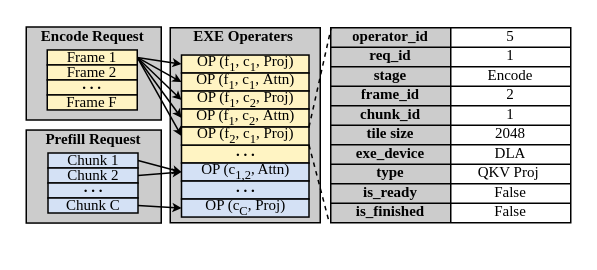
Earlier version of the draw.io diagram figures/design_tile.drawio (icszhr/hermes). Source tidied: cells renumbered, new cells numbered last; positions are measured from the earlier drawing's top-left corner, leaving out a move shared by most shapes. Both pictures are drawn from the tidied source at 150%, with x=0, y=0 at pixel (24, 27).
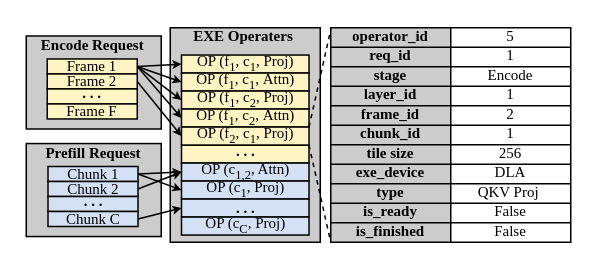
Above is the later version.

Unchanged cells that the change refers to:
```xml
<mxCell id="74" value="&lt;b&gt;. . .&lt;/b&gt;" style="rounded=0;whiteSpace=wrap;html=1;fillColor=#FFF4C3;fontFamily=Times New Roman;spacing=2;spacingTop=-5;fontSize=10;" parent="1" vertex="1">
  <mxGeometry x="104.5" y="78.2" width="85" height="12" as="geometry" />
</mxCell>
<mxCell id="81" value="OP (f&lt;sub&gt;2&lt;/sub&gt;, c&lt;sub&gt;1&lt;/sub&gt;,&amp;nbsp;Proj)" style="rounded=0;whiteSpace=wrap;html=1;fillColor=#FFF4C3;fontFamily=Times New Roman;fontSize=10;" parent="1" vertex="1">
  <mxGeometry x="104.5" y="66.2" width="85" height="12" as="geometry" />
</mxCell>
```

The edit, as a diff of the source:
```diff
@@
     <mxCell id="2" style="shape=table;startSize=0;childLayout=tableLayout;fontFamily=Times New Roman;spacingBottom=0;spacingTop=-3;fontSize=10;fillColor=#CCCCCC;strokeColor=none;" parent="1" vertex="1">
-      <mxGeometry x="204" width="80" height="130" as="geometry" />
+      <mxGeometry x="204" width="80" height="143" as="geometry" />
     </mxCell>
     <mxCell id="3" style="shape=tableRow;horizontal=0;startSize=0;swimlaneHead=0;swimlaneBody=0;strokeColor=inherit;top=0;left=0;bottom=0;right=0;fillColor=none;fontFamily=Times New Roman;spacingBottom=0;spacingTop=-3;fontSize=10;" parent="2" vertex="1">
-      <mxGeometry width="80" height="14" as="geometry" />
+      <mxGeometry width="80" height="13" as="geometry" />
     </mxCell>
     <mxCell id="4" style="shape=partialRectangle;html=1;whiteSpace=wrap;strokeColor=inherit;overflow=hidden;fillColor=none;top=0;left=0;bottom=0;right=0;fontFamily=Times New Roman;spacingBottom=0;spacingTop=-3;fontSize=10;fontStyle=1;" parent="3" vertex="1">
-      <mxGeometry width="80" height="14" as="geometry" />
+      <mxGeometry width="80" height="13" as="geometry" />
     </mxCell>
     <mxCell id="5" style="shape=tableRow;horizontal=0;startSize=0;swimlaneHead=0;swimlaneBody=0;strokeColor=inherit;top=0;left=0;bottom=0;right=0;fillColor=none;fontFamily=Times New Roman;spacingBottom=0;spacingTop=-3;fontSize=10;" parent="2" vertex="1">
-      <mxGeometry y="14" width="80" height="15" as="geometry" />
+      <mxGeometry y="13" width="80" height="14" as="geometry" />
     </mxCell>
     <mxCell id="6" style="shape=partialRectangle;html=1;whiteSpace=wrap;strokeColor=inherit;overflow=hidden;fillColor=none;top=0;left=0;bottom=0;right=0;fontFamily=Times New Roman;spacingBottom=0;spacingTop=-3;fontSize=10;fontStyle=1;" parent="5" vertex="1">
-      <mxGeometry width="80" height="15" as="geometry" />
+      <mxGeometry width="80" height="14" as="geometry" />
     </mxCell>
     <mxCell id="7" style="shape=tableRow;horizontal=0;startSize=0;swimlaneHead=0;swimlaneBody=0;strokeColor=inherit;top=0;left=0;bottom=0;right=0;fillColor=none;fontFamily=Times New Roman;spacingBottom=0;spacingTop=-3;fontSize=10;" parent="2" vertex="1">
-      <mxGeometry y="29" width="80" height="14" as="geometry" />
+      <mxGeometry y="27" width="80" height="13" as="geometry" />
     </mxCell>
     <mxCell id="8" style="shape=partialRectangle;html=1;whiteSpace=wrap;strokeColor=inherit;overflow=hidden;fillColor=none;top=0;left=0;bottom=0;right=0;fontFamily=Times New Roman;spacingBottom=0;spacingTop=-3;fontSize=10;fontStyle=1;" parent="7" vertex="1">
-      <mxGeometry width="80" height="14" as="geometry" />
+      <mxGeometry width="80" height="13" as="geometry" />
     </mxCell>
     <mxCell id="9" style="shape=tableRow;horizontal=0;startSize=0;swimlaneHead=0;swimlaneBody=0;strokeColor=inherit;top=0;left=0;bottom=0;right=0;fillColor=none;fontFamily=Times New Roman;spacingBottom=0;spacingTop=-3;fontSize=10;" parent="2" vertex="1">
-      <mxGeometry y="43" width="80" height="15" as="geometry" />
+      <mxGeometry y="40" width="80" height="18" as="geometry" />
     </mxCell>
     <mxCell id="10" style="shape=partialRectangle;html=1;whiteSpace=wrap;strokeColor=inherit;overflow=hidden;fillColor=none;top=0;left=0;bottom=0;right=0;fontFamily=Times New Roman;spacingBottom=0;spacingTop=-3;fontSize=10;fontStyle=1;" parent="9" vertex="1">
-      <mxGeometry width="80" height="15" as="geometry" />
+      <mxGeometry width="80" height="18" as="geometry" />
     </mxCell>
+    <mxCell id="85" style="shape=tableRow;horizontal=0;startSize=0;swimlaneHead=0;swimlaneBody=0;strokeColor=inherit;top=0;left=0;bottom=0;right=0;fillColor=none;fontFamily=Times New Roman;spacingBottom=0;spacingTop=-3;fontSize=10;" parent="2" vertex="1">
+      <mxGeometry y="58" width="80" height="19" as="geometry" />
+    </mxCell>
+    <mxCell id="86" style="shape=partialRectangle;html=1;whiteSpace=wrap;strokeColor=inherit;overflow=hidden;fillColor=none;top=0;left=0;bottom=0;right=0;fontFamily=Times New Roman;spacingBottom=0;spacingTop=-3;fontSize=10;fontStyle=1;" parent="85" vertex="1">
+      <mxGeometry width="80" height="19" as="geometry" />
+    </mxCell>
     <mxCell id="11" style="shape=tableRow;horizontal=0;startSize=0;swimlaneHead=0;swimlaneBody=0;strokeColor=inherit;top=0;left=0;bottom=0;right=0;fillColor=none;fontFamily=Times New Roman;spacingBottom=0;spacingTop=-3;fontSize=10;" parent="2" vertex="1">
-      <mxGeometry y="58" width="80" height="14" as="geometry" />
+      <mxGeometry y="77" width="80" height="13" as="geometry" />
     </mxCell>
     <mxCell id="12" style="shape=partialRectangle;html=1;whiteSpace=wrap;strokeColor=inherit;overflow=hidden;fillColor=none;top=0;left=0;bottom=0;right=0;fontFamily=Times New Roman;spacingBottom=0;spacingTop=-3;fontSize=10;fontStyle=1;" parent="11" vertex="1">
-      <mxGeometry width="80" height="14" as="geometry" />
+      <mxGeometry width="80" height="13" as="geometry" />
     </mxCell>
     <mxCell id="13" style="shape=tableRow;horizontal=0;startSize=0;swimlaneHead=0;swimlaneBody=0;strokeColor=inherit;top=0;left=0;bottom=0;right=0;fillColor=none;fontFamily=Times New Roman;spacingBottom=0;spacingTop=-3;fontSize=10;" parent="2" vertex="1">
-      <mxGeometry y="72" width="80" height="14" as="geometry" />
+      <mxGeometry y="90" width="80" height="12" as="geometry" />
     </mxCell>
     <mxCell id="14" style="shape=partialRectangle;html=1;whiteSpace=wrap;strokeColor=inherit;overflow=hidden;fillColor=none;top=0;left=0;bottom=0;right=0;fontFamily=Times New Roman;spacingBottom=0;spacingTop=-3;fontSize=10;fontStyle=1;" parent="13" vertex="1">
-      <mxGeometry width="80" height="14" as="geometry" />
+      <mxGeometry width="80" height="12" as="geometry" />
     </mxCell>
     <mxCell id="15" style="shape=tableRow;horizontal=0;startSize=0;swimlaneHead=0;swimlaneBody=0;strokeColor=inherit;top=0;left=0;bottom=0;right=0;fillColor=none;fontFamily=Times New Roman;spacingBottom=0;spacingTop=-3;fontSize=10;" parent="2" vertex="1">
-      <mxGeometry y="86" width="80" height="15" as="geometry" />
+      <mxGeometry y="102" width="80" height="14" as="geometry" />
     </mxCell>
     <mxCell id="16" style="shape=partialRectangle;html=1;whiteSpace=wrap;strokeColor=inherit;overflow=hidden;fillColor=none;top=0;left=0;bottom=0;right=0;fontFamily=Times New Roman;spacingBottom=0;spacingTop=-3;fontSize=10;fontStyle=1;" parent="15" vertex="1">
-      <mxGeometry width="80" height="15" as="geometry" />
+      <mxGeometry width="80" height="14" as="geometry" />
     </mxCell>
     <mxCell id="17" style="shape=tableRow;horizontal=0;startSize=0;swimlaneHead=0;swimlaneBody=0;strokeColor=inherit;top=0;left=0;bottom=0;right=0;fillColor=none;fontFamily=Times New Roman;spacingBottom=0;spacingTop=-3;fontSize=10;" parent="2" vertex="1">
-      <mxGeometry y="101" width="80" height="13" as="geometry" />
+      <mxGeometry y="116" width="80" height="12" as="geometry" />
     </mxCell>
     <mxCell id="18" style="shape=partialRectangle;html=1;whiteSpace=wrap;strokeColor=inherit;overflow=hidden;fillColor=none;top=0;left=0;bottom=0;right=0;fontFamily=Times New Roman;spacingBottom=0;spacingTop=-3;fontSize=10;fontStyle=1;" parent="17" vertex="1">
-      <mxGeometry width="80" height="13" as="geometry" />
+      <mxGeometry width="80" height="12" as="geometry" />
     </mxCell>
     <mxCell id="19" style="shape=tableRow;horizontal=0;startSize=0;swimlaneHead=0;swimlaneBody=0;strokeColor=inherit;top=0;left=0;bottom=0;right=0;fillColor=none;fontFamily=Times New Roman;spacingBottom=0;spacingTop=-3;fontSize=10;" parent="2" vertex="1">
-      <mxGeometry y="114" width="80" height="16" as="geometry" />
+      <mxGeometry y="128" width="80" height="15" as="geometry" />
     </mxCell>
     <mxCell id="20" style="shape=partialRectangle;html=1;whiteSpace=wrap;strokeColor=inherit;overflow=hidden;fillColor=none;top=0;left=0;bottom=0;right=0;fontFamily=Times New Roman;spacingBottom=0;spacingTop=-3;fontSize=10;fontStyle=1;" parent="19" vertex="1">
-      <mxGeometry width="80" height="16" as="geometry" />
+      <mxGeometry width="80" height="15" as="geometry" />
     </mxCell>
-    <mxCell id="21" style="rounded=0;whiteSpace=wrap;html=1;fillColor=#CCCCCC;fontFamily=Times New Roman;fontSize=10;" parent="1" vertex="1">
-      <mxGeometry x="1" y="-0.5" width="90" height="62" as="geometry" />
-    </mxCell>
-    <mxCell id="22" style="rounded=0;whiteSpace=wrap;html=1;fillColor=#CCCCCC;fontFamily=Times New Roman;fontSize=10;" parent="1" vertex="1">
-      <mxGeometry x="1" y="68.2" width="90" height="62" as="geometry" />
-    </mxCell>
-    <mxCell id="23" value="&lt;b&gt;Encode Request&lt;/b&gt;" style="text;html=1;whiteSpace=wrap;strokeColor=none;fillColor=none;align=center;verticalAlign=middle;rounded=0;fontFamily=Times New Roman;fontSize=10;" parent="1" vertex="1">
-      <mxGeometry x="4.5" y="-0.5" width="81" height="11.8" as="geometry" />
-    </mxCell>
-    <mxCell id="24" value="&lt;b&gt;Prefill Request&lt;/b&gt;" style="text;html=1;whiteSpace=wrap;strokeColor=none;fillColor=none;align=center;verticalAlign=middle;rounded=0;fontFamily=Times New Roman;fontSize=10;" parent="1" vertex="1">
-      <mxGeometry x="0.5" y="68.2" width="90" height="11.8" as="geometry" />
-    </mxCell>
-    <mxCell id="25" style="rounded=0;whiteSpace=wrap;html=1;fontSize=10;fillColor=#CCCCCC;" parent="1" vertex="1">
-      <mxGeometry x="97" width="100" height="130" as="geometry" />
-    </mxCell>
     <mxCell id="26" style="shape=table;startSize=0;childLayout=tableLayout;fontFamily=Times New Roman;spacingBottom=0;spacingTop=-3;fontSize=10;fillColor=none;" parent="1" vertex="1">
-      <mxGeometry x="204" width="160" height="130" as="geometry" />
+      <mxGeometry x="204" width="160" height="143" as="geometry" />
     </mxCell>
@@
+    <mxCell id="87" style="shape=tableRow;horizontal=0;startSize=0;swimlaneHead=0;swimlaneBody=0;strokeColor=inherit;top=0;left=0;bottom=0;right=0;fillColor=none;fontFamily=Times New Roman;spacingBottom=0;spacingTop=-3;fontSize=10;" parent="26" vertex="1">
+      <mxGeometry y="39" width="160" height="13" as="geometry" />
+    </mxCell>
+    <mxCell id="88" value="layer_id" style="shape=partialRectangle;html=1;whiteSpace=wrap;strokeColor=inherit;overflow=hidden;fillColor=none;top=0;left=0;bottom=0;right=0;fontFamily=Times New Roman;spacingBottom=0;spacingTop=-3;fontSize=10;fontStyle=1;" parent="87" vertex="1">
+      <mxGeometry width="80" height="13" as="geometry" />
+    </mxCell>
+    <mxCell id="89" value="1" style="shape=partialRectangle;html=1;whiteSpace=wrap;strokeColor=inherit;overflow=hidden;fillColor=none;top=0;left=0;bottom=0;right=0;fontFamily=Times New Roman;spacingBottom=0;spacingTop=-3;fontSize=10;" parent="87" vertex="1">
+      <mxGeometry x="80" width="80" height="13" as="geometry" />
+    </mxCell>
     <mxCell id="36" style="shape=tableRow;horizontal=0;startSize=0;swimlaneHead=0;swimlaneBody=0;strokeColor=inherit;top=0;left=0;bottom=0;right=0;fillColor=none;fontFamily=Times New Roman;spacingBottom=0;spacingTop=-3;fontSize=10;" parent="26" vertex="1">
-      <mxGeometry y="39" width="160" height="13" as="geometry" />
+      <mxGeometry y="52" width="160" height="13" as="geometry" />
     </mxCell>
@@
     <mxCell id="39" style="shape=tableRow;horizontal=0;startSize=0;swimlaneHead=0;swimlaneBody=0;strokeColor=inherit;top=0;left=0;bottom=0;right=0;fillColor=none;fontFamily=Times New Roman;spacingBottom=0;spacingTop=-3;fontSize=10;" parent="26" vertex="1">
-      <mxGeometry y="52" width="160" height="13" as="geometry" />
+      <mxGeometry y="65" width="160" height="13" as="geometry" />
     </mxCell>
@@
     <mxCell id="42" style="shape=tableRow;horizontal=0;startSize=0;swimlaneHead=0;swimlaneBody=0;strokeColor=inherit;top=0;left=0;bottom=0;right=0;fillColor=none;fontFamily=Times New Roman;spacingBottom=0;spacingTop=-3;fontSize=10;" parent="26" vertex="1">
-      <mxGeometry y="65" width="160" height="13" as="geometry" />
+      <mxGeometry y="78" width="160" height="13" as="geometry" />
     </mxCell>
@@
-    <mxCell id="44" value="2048" style="shape=partialRectangle;html=1;whiteSpace=wrap;strokeColor=inherit;overflow=hidden;fillColor=none;top=0;left=0;bottom=0;right=0;fontFamily=Times New Roman;spacingBottom=0;spacingTop=-3;fontSize=10;" parent="42" vertex="1">
+    <mxCell id="44" value="256" style="shape=partialRectangle;html=1;whiteSpace=wrap;strokeColor=inherit;overflow=hidden;fillColor=none;top=0;left=0;bottom=0;right=0;fontFamily=Times New Roman;spacingBottom=0;spacingTop=-3;fontSize=10;" parent="42" vertex="1">
       <mxGeometry x="80" width="80" height="13" as="geometry" />
     </mxCell>
     <mxCell id="45" style="shape=tableRow;horizontal=0;startSize=0;swimlaneHead=0;swimlaneBody=0;strokeColor=inherit;top=0;left=0;bottom=0;right=0;fillColor=none;fontFamily=Times New Roman;spacingBottom=0;spacingTop=-3;fontSize=10;" parent="26" vertex="1">
-      <mxGeometry y="78" width="160" height="13" as="geometry" />
+      <mxGeometry y="91" width="160" height="13" as="geometry" />
     </mxCell>
@@
     <mxCell id="48" style="shape=tableRow;horizontal=0;startSize=0;swimlaneHead=0;swimlaneBody=0;strokeColor=inherit;top=0;left=0;bottom=0;right=0;fillColor=none;fontFamily=Times New Roman;spacingBottom=0;spacingTop=-3;fontSize=10;" parent="26" vertex="1">
-      <mxGeometry y="91" width="160" height="13" as="geometry" />
+      <mxGeometry y="104" width="160" height="13" as="geometry" />
     </mxCell>
@@
     <mxCell id="51" style="shape=tableRow;horizontal=0;startSize=0;swimlaneHead=0;swimlaneBody=0;strokeColor=inherit;top=0;left=0;bottom=0;right=0;fillColor=none;fontFamily=Times New Roman;spacingBottom=0;spacingTop=-3;fontSize=10;" parent="26" vertex="1">
-      <mxGeometry y="104" width="160" height="13" as="geometry" />
+      <mxGeometry y="117" width="160" height="13" as="geometry" />
     </mxCell>
@@
     <mxCell id="54" style="shape=tableRow;horizontal=0;startSize=0;swimlaneHead=0;swimlaneBody=0;strokeColor=inherit;top=0;left=0;bottom=0;right=0;fillColor=none;fontFamily=Times New Roman;spacingBottom=0;spacingTop=-3;fontSize=10;" parent="26" vertex="1">
-      <mxGeometry y="117" width="160" height="13" as="geometry" />
+      <mxGeometry y="130" width="160" height="13" as="geometry" />
     </mxCell>
@@
+    <mxCell id="21" style="rounded=0;whiteSpace=wrap;html=1;fillColor=#CCCCCC;fontFamily=Times New Roman;fontSize=10;" parent="1" vertex="1">
+      <mxGeometry x="1" y="5.5" width="90" height="62" as="geometry" />
+    </mxCell>
+    <mxCell id="22" style="rounded=0;whiteSpace=wrap;html=1;fillColor=#CCCCCC;fontFamily=Times New Roman;fontSize=10;" parent="1" vertex="1">
+      <mxGeometry x="1" y="77.2" width="90" height="62" as="geometry" />
+    </mxCell>
+    <mxCell id="23" value="&lt;b&gt;Encode Request&lt;/b&gt;" style="text;html=1;whiteSpace=wrap;strokeColor=none;fillColor=none;align=center;verticalAlign=middle;rounded=0;fontFamily=Times New Roman;fontSize=10;" parent="1" vertex="1">
+      <mxGeometry x="4.5" y="5.5" width="81" height="11.8" as="geometry" />
+    </mxCell>
+    <mxCell id="24" value="&lt;b&gt;Prefill Request&lt;/b&gt;" style="text;html=1;whiteSpace=wrap;strokeColor=none;fillColor=none;align=center;verticalAlign=middle;rounded=0;fontFamily=Times New Roman;fontSize=10;" parent="1" vertex="1">
+      <mxGeometry x="0.5" y="77.2" width="90" height="11.8" as="geometry" />
+    </mxCell>
+    <mxCell id="25" style="rounded=0;whiteSpace=wrap;html=1;fontSize=10;fillColor=#CCCCCC;" parent="1" vertex="1">
+      <mxGeometry x="97" width="100" height="143" as="geometry" />
+    </mxCell>
@@
+    <mxCell id="90" style="rounded=0;jettySize=auto;html=1;exitX=1;exitY=0.5;exitDx=0;exitDy=0;entryX=0;entryY=0.5;entryDx=0;entryDy=0;endSize=3;" parent="1" edge="1" source="59" target="76">
+      <mxGeometry relative="1" as="geometry" />
+    </mxCell>
     <mxCell id="59" value="Chunk 1" style="rounded=0;whiteSpace=wrap;html=1;fillColor=#D4E1F5;fontFamily=Times New Roman;fontSize=10;spacingTop=-1;" parent="1" vertex="1">
-      <mxGeometry x="15.5" y="83.5" width="60" height="10" as="geometry" />
+      <mxGeometry x="15.5" y="92.5" width="60" height="10" as="geometry" />
     </mxCell>
@@
     <mxCell id="61" value="Chunk 2" style="rounded=0;whiteSpace=wrap;html=1;fillColor=#D4E1F5;fontFamily=Times New Roman;fontSize=10;spacingTop=-1;" parent="1" vertex="1">
-      <mxGeometry x="15.5" y="93.5" width="60" height="10" as="geometry" />
+      <mxGeometry x="15.5" y="102.5" width="60" height="10" as="geometry" />
     </mxCell>
     <mxCell id="62" value="&lt;b&gt;. . .&lt;/b&gt;" style="rounded=0;whiteSpace=wrap;html=1;fillColor=#D4E1F5;fontFamily=Times New Roman;spacing=2;spacingTop=-5;fontSize=10;" parent="1" vertex="1">
-      <mxGeometry x="15.5" y="103.5" width="60" height="10" as="geometry" />
+      <mxGeometry x="15.5" y="112.5" width="60" height="10" as="geometry" />
     </mxCell>
@@
     <mxCell id="64" value="Chunk C" style="rounded=0;whiteSpace=wrap;html=1;fillColor=#D4E1F5;fontFamily=Times New Roman;fontSize=10;spacingTop=-1;" parent="1" vertex="1">
-      <mxGeometry x="15.5" y="113.5" width="60" height="10" as="geometry" />
+      <mxGeometry x="15.5" y="122.5" width="60" height="10" as="geometry" />
     </mxCell>
-    <mxCell id="65" style="rounded=0;jettySize=auto;html=1;exitX=1;exitY=0.5;exitDx=0;exitDy=0;entryX=0;entryY=0.5;entryDx=0;entryDy=0;endSize=3;" parent="1" edge="1" source="68" target="81">
+    <mxCell id="65" style="rounded=0;jettySize=auto;html=1;exitX=1;exitY=0.5;exitDx=0;exitDy=0;entryX=0;entryY=0.5;entryDx=0;entryDy=0;endSize=3;" parent="1" edge="1" source="70" target="81">
       <mxGeometry relative="1" as="geometry" />
     </mxCell>
@@
     <mxCell id="68" value="Frame 1" style="rounded=0;whiteSpace=wrap;html=1;fillColor=#FFF4C3;fontFamily=Times New Roman;fontSize=10;spacingTop=-1;" parent="1" vertex="1">
-      <mxGeometry x="15" y="14.8" width="60" height="10" as="geometry" />
+      <mxGeometry x="15" y="20.8" width="60" height="10" as="geometry" />
     </mxCell>
@@
     <mxCell id="70" value="Frame 2" style="rounded=0;whiteSpace=wrap;html=1;fillColor=#FFF4C3;fontFamily=Times New Roman;fontSize=10;spacingTop=-1;" parent="1" vertex="1">
-      <mxGeometry x="15" y="24.8" width="60" height="10" as="geometry" />
+      <mxGeometry x="15" y="30.8" width="60" height="10" as="geometry" />
     </mxCell>
     <mxCell id="71" value="&lt;b&gt;. . .&lt;/b&gt;" style="rounded=0;whiteSpace=wrap;html=1;fillColor=#FFF4C3;fontFamily=Times New Roman;spacing=2;spacingTop=-5;fontSize=10;" parent="1" vertex="1">
-      <mxGeometry x="15" y="34.8" width="60" height="10" as="geometry" />
+      <mxGeometry x="15" y="40.8" width="60" height="10" as="geometry" />
     </mxCell>
     <mxCell id="72" value="Frame F" style="rounded=0;whiteSpace=wrap;html=1;fillColor=#FFF4C3;fontFamily=Times New Roman;fontSize=10;spacingTop=-1;" parent="1" vertex="1">
-      <mxGeometry x="15" y="44.8" width="60" height="10" as="geometry" />
+      <mxGeometry x="15" y="50.8" width="60" height="10" as="geometry" />
     </mxCell>
@@
-    <mxCell id="76" value="&lt;b&gt;. . .&lt;/b&gt;" style="rounded=0;whiteSpace=wrap;html=1;fillColor=#D4E1F5;fontFamily=Times New Roman;spacingTop=-5;fontSize=10;" parent="1" vertex="1">
+    <mxCell id="76" value="OP&lt;span style=&quot;font-size: 8.33333px;&quot;&gt;&amp;nbsp;&lt;/span&gt;(c&lt;sub&gt;1&lt;/sub&gt;, Proj)" style="rounded=0;whiteSpace=wrap;html=1;fillColor=#D4E1F5;fontFamily=Times New Roman;spacingTop=0;fontSize=10;" parent="1" vertex="1">
       <mxGeometry x="104.5" y="102.2" width="85" height="12" as="geometry" />
     </mxCell>
-    <mxCell id="77" value="OP&lt;span style=&quot;font-size: 8.33333px;&quot;&gt; &lt;/span&gt;(c&lt;sub&gt;C&lt;/sub&gt;, Proj)" style="rounded=0;whiteSpace=wrap;html=1;fillColor=#D4E1F5;fontFamily=Times New Roman;fontSize=10;" parent="1" vertex="1">
+    <mxCell id="77" value="&lt;b&gt;. . .&lt;/b&gt;" style="rounded=0;whiteSpace=wrap;html=1;fillColor=#D4E1F5;fontFamily=Times New Roman;fontSize=10;" parent="1" vertex="1">
       <mxGeometry x="104.5" y="114.2" width="85" height="12" as="geometry" />
     </mxCell>
@@
-    <mxCell id="84" style="rounded=0;jettySize=auto;html=1;exitX=1;exitY=0;exitDx=0;exitDy=0;entryX=0;entryY=0.993;entryDx=0;entryDy=0;entryPerimeter=0;endArrow=none;endFill=0;dashed=1;" parent="1" edge="1" source="74">
-      <mxGeometry relative="1" as="geometry">
-        <mxPoint x="203" y="129.9" as="targetPoint" />
-      </mxGeometry>
+    <mxCell id="84" style="rounded=0;jettySize=auto;html=1;exitX=1;exitY=0;exitDx=0;exitDy=0;entryX=0;entryY=1;entryDx=0;entryDy=0;endArrow=none;endFill=0;dashed=1;" parent="1" edge="1" source="74" target="26">
+      <mxGeometry relative="1" as="geometry" />
     </mxCell>
+    <mxCell id="91" value="OP&lt;span style=&quot;font-size: 8.33333px;&quot;&gt; &lt;/span&gt;(c&lt;sub&gt;C&lt;/sub&gt;, Proj)" style="rounded=0;whiteSpace=wrap;html=1;fillColor=#D4E1F5;fontFamily=Times New Roman;fontSize=10;" parent="1" vertex="1">
+      <mxGeometry x="104.5" y="126.2" width="85" height="12" as="geometry" />
+    </mxCell>
```
